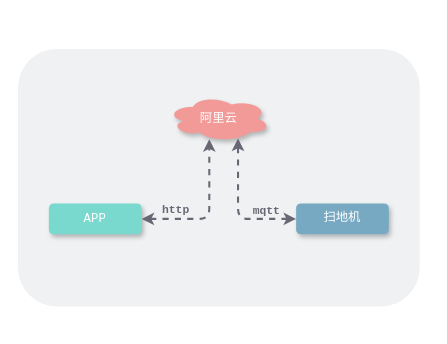
This is iot架构.drawio from xunzhaoxusanduo/1-drawio, a draw.io file, before an edit. Source tidied: cells renumbered, new cells numbered last; positions are measured from the earlier drawing's top-left corner, leaving out a move shared by most shapes. Both pictures are drawn from the tidied source at 103%, with x=0, y=0 at pixel (18, 48).
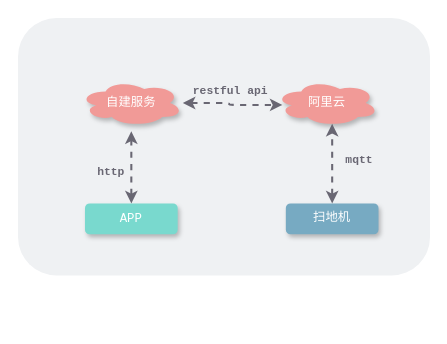
The same diagram, later.

Change to the diagram source:
```diff
@@
 <mxGraphModel>
   <root>
     <mxCell id="0" />
     <mxCell id="1" parent="0" />
     <mxCell id="2" style="rounded=1;whiteSpace=wrap;html=1;fillColor=#eff1f3;strokeColor=none;shadow=0;glass=0;comic=0;gradientColor=none;fontFamily=Courier New;fontColor=#FFFFFF;" parent="1" vertex="1">
-      <mxGeometry width="390" height="250" as="geometry" />
+      <mxGeometry y="-30" width="400" height="250" as="geometry" />
     </mxCell>
     <mxCell id="3" value="&lt;font color=&quot;#ffffff&quot; face=&quot;Courier New&quot;&gt;APP&lt;/font&gt;" style="rounded=1;whiteSpace=wrap;html=1;fillColor=#79d9ce;strokeColor=none;shadow=1;glass=0;comic=0;gradientColor=none;" parent="1" vertex="1">
-      <mxGeometry x="30" y="150" width="90" height="30" as="geometry" />
+      <mxGeometry x="65" y="150" width="90" height="30" as="geometry" />
     </mxCell>
     <mxCell id="4" value="扫地机" style="rounded=1;whiteSpace=wrap;html=1;fillColor=#77aac2;strokeColor=none;shadow=1;glass=0;comic=0;gradientColor=none;fontFamily=Courier New;fontColor=#FFFFFF;" parent="1" vertex="1">
-      <mxGeometry x="270" y="150" width="90" height="30" as="geometry" />
+      <mxGeometry x="260" y="150" width="90" height="30" as="geometry" />
     </mxCell>
     <mxCell id="5" value="阿里云" style="ellipse;shape=cloud;whiteSpace=wrap;html=1;fillColor=#f19a97;shadow=1;strokeColor=none;fontFamily=Courier New;fontColor=#FFFFFF;rounded=1;glass=0;comic=0;gradientColor=none;" parent="1" vertex="1">
-      <mxGeometry x="145" y="45" width="100" height="45" as="geometry" />
+      <mxGeometry x="250" y="30" width="100" height="45" as="geometry" />
     </mxCell>
-    <mxCell id="6" style="edgeStyle=orthogonalEdgeStyle;rounded=1;jettySize=auto;html=1;entryX=0.407;entryY=0.946;entryDx=0;entryDy=0;entryPerimeter=0;dashed=1;strokeColor=#696773;strokeWidth=2;startArrow=classic;startFill=1;" parent="1" edge="1" source="3" target="5">
-      <mxGeometry relative="1" as="geometry" />
-    </mxCell>
-    <mxCell id="7" style="edgeStyle=orthogonalEdgeStyle;rounded=1;jettySize=auto;html=1;entryX=0.686;entryY=0.933;entryDx=0;entryDy=0;entryPerimeter=0;strokeColor=#696773;dashed=1;strokeWidth=2;startArrow=classic;startFill=1;" parent="1" edge="1" source="4" target="5">
-      <mxGeometry relative="1" as="geometry" />
-    </mxCell>
-    <mxCell id="8" value="&lt;b style=&quot;color: rgb(105 , 103 , 115)&quot;&gt;http&lt;/b&gt;" style="edgeLabel;html=1;align=center;verticalAlign=middle;fontFamily=Courier New;fontColor=#FFFFFF;labelBackgroundColor=none;" parent="1" vertex="1">
-      <mxGeometry x="150" y="160" as="geometry">
-        <mxPoint x="2" y="-4" as="offset" />
+    <mxCell id="8" value="&lt;b style=&quot;color: rgb(105 , 103 , 115)&quot;&gt;restful api&lt;/b&gt;" style="edgeLabel;html=1;align=center;verticalAlign=middle;fontFamily=Courier New;fontColor=#FFFFFF;labelBackgroundColor=none;" parent="1" vertex="1">
+      <mxGeometry x="210" y="40" as="geometry">
+        <mxPoint x="-5" as="offset" />
       </mxGeometry>
     </mxCell>
     <mxCell id="9" value="&lt;font color=&quot;#696773&quot;&gt;&lt;b&gt;mqtt&lt;/b&gt;&lt;/font&gt;" style="edgeLabel;html=1;align=center;verticalAlign=middle;fontFamily=Courier New;fontColor=#FFFFFF;labelBackgroundColor=none;" parent="1" vertex="1">
-      <mxGeometry x="160" y="270" as="geometry">
+      <mxGeometry x="250" y="220" as="geometry">
         <mxPoint x="80" y="-113" as="offset" />
       </mxGeometry>
     </mxCell>
+    <mxCell id="10" value="自建服务" style="ellipse;shape=cloud;whiteSpace=wrap;html=1;fillColor=#f19a97;shadow=1;strokeColor=none;fontFamily=Courier New;fontColor=#FFFFFF;rounded=1;glass=0;comic=0;gradientColor=none;" parent="1" vertex="1">
+      <mxGeometry x="60" y="30" width="100" height="45" as="geometry" />
+    </mxCell>
+    <mxCell id="7" style="edgeStyle=orthogonalEdgeStyle;rounded=1;jettySize=auto;html=1;entryX=0.55;entryY=0.95;entryDx=0;entryDy=0;entryPerimeter=0;strokeColor=#696773;dashed=1;strokeWidth=2;startArrow=classic;startFill=1;" parent="1" edge="1" source="4" target="5">
+      <mxGeometry relative="1" as="geometry" />
+    </mxCell>
+    <mxCell id="11" style="edgeStyle=orthogonalEdgeStyle;rounded=1;jettySize=auto;html=1;entryX=0.5;entryY=1.111;entryDx=0;entryDy=0;entryPerimeter=0;strokeColor=#696773;dashed=1;strokeWidth=2;startArrow=classic;startFill=1;" parent="1" edge="1" source="3" target="10">
+      <mxGeometry relative="1" as="geometry" />
+    </mxCell>
+    <mxCell id="12" style="edgeStyle=orthogonalEdgeStyle;rounded=1;orthogonalLoop=1;jettySize=auto;html=1;entryX=0.07;entryY=0.4;entryDx=0;entryDy=0;entryPerimeter=0;strokeColor=none;dashed=1;strokeWidth=2;startArrow=classic;startFill=1;" parent="1" edge="1">
+      <mxGeometry relative="1" as="geometry">
+        <mxPoint x="151.5" y="54.8" as="sourcePoint" />
+        <mxPoint x="248.5" y="50.2" as="targetPoint" />
+      </mxGeometry>
+    </mxCell>
+    <mxCell id="13" style="edgeStyle=orthogonalEdgeStyle;rounded=1;jettySize=auto;html=1;entryX=0.067;entryY=0.542;entryDx=0;entryDy=0;entryPerimeter=0;strokeColor=#696773;dashed=1;strokeWidth=2;startArrow=classic;startFill=1;" parent="1" edge="1" source="10" target="5">
+      <mxGeometry relative="1" as="geometry" />
+    </mxCell>
+    <mxCell id="14" value="&lt;b style=&quot;color: rgb(105 , 103 , 115)&quot;&gt;http&lt;/b&gt;" style="edgeLabel;html=1;align=center;verticalAlign=middle;fontFamily=Courier New;fontColor=#FFFFFF;labelBackgroundColor=none;" parent="1" vertex="1">
+      <mxGeometry x="170" y="260" as="geometry">
+        <mxPoint x="-81" y="-141" as="offset" />
+      </mxGeometry>
+    </mxCell>
   </root>
 </mxGraphModel>
```
